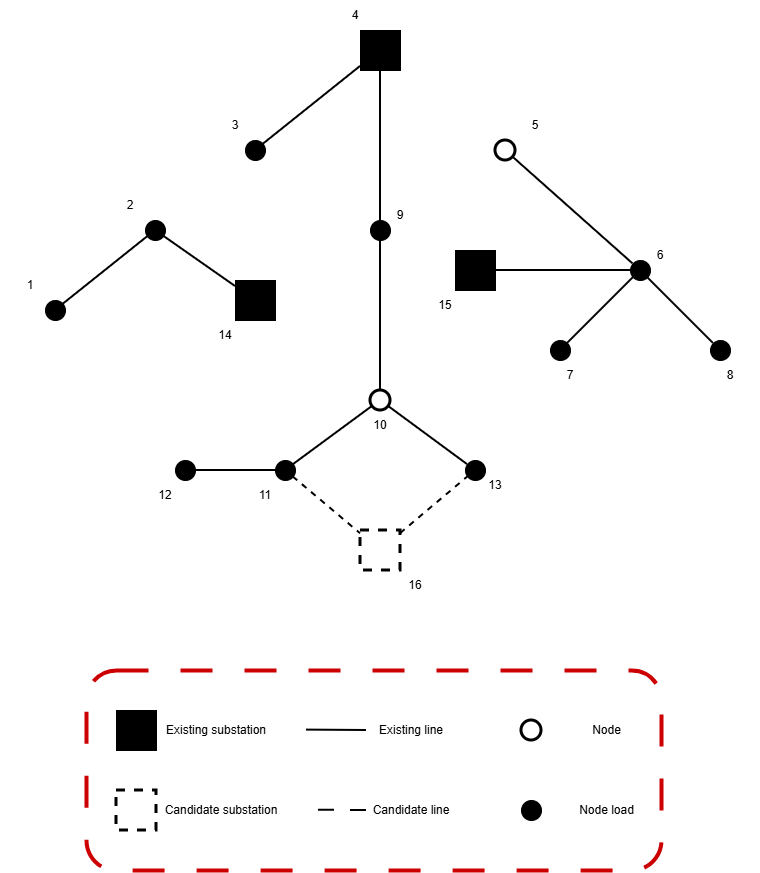
Before: figures/Model1_Final.png, a diagram exported from draw.io (hubertprz/46750-optimization-assignment-2). Source tidied: cells renumbered, new cells last; positions are measured from the earlier drawing's top-left corner, leaving out a move shared by most shapes. Source of this version:
```xml
<mxGraphModel>
  <root>
    <mxCell id="0" />
    <mxCell id="1" parent="0" />
    <mxCell id="2" style="rounded=1;whiteSpace=wrap;html=1;strokeColor=#CC0000;dashed=1;dashPattern=8 8;strokeWidth=4;fillColor=none;perimeterSpacing=0;" parent="1" vertex="1">
      <mxGeometry x="86" y="670" width="575" height="200" as="geometry" />
    </mxCell>
    <mxCell id="3" style="rounded=0;whiteSpace=wrap;html=1;fillColor=#000000;" parent="1" vertex="1">
      <mxGeometry x="360" y="30" width="40" height="40" as="geometry" />
    </mxCell>
    <mxCell id="4" style="ellipse;whiteSpace=wrap;html=1;fillColor=#000000;" parent="1" vertex="1">
      <mxGeometry x="245" y="140" width="20" height="20" as="geometry" />
    </mxCell>
    <mxCell id="5" style="ellipse;whiteSpace=wrap;html=1;fillColor=#000000;" parent="1" vertex="1">
      <mxGeometry x="45" y="300" width="20" height="20" as="geometry" />
    </mxCell>
    <mxCell id="6" style="ellipse;whiteSpace=wrap;html=1;fillColor=#000000;" parent="1" vertex="1">
      <mxGeometry x="145" y="220" width="20" height="20" as="geometry" />
    </mxCell>
    <mxCell id="7" style="ellipse;whiteSpace=wrap;html=1;fillColor=#000000;" parent="1" vertex="1">
      <mxGeometry x="370" y="220" width="20" height="20" as="geometry" />
    </mxCell>
    <mxCell id="8" style="ellipse;whiteSpace=wrap;html=1;fillColor=#000000;" parent="1" vertex="1">
      <mxGeometry x="275" y="460" width="20" height="20" as="geometry" />
    </mxCell>
    <mxCell id="9" style="ellipse;whiteSpace=wrap;html=1;fillColor=#000000;" parent="1" vertex="1">
      <mxGeometry x="175" y="460" width="20" height="20" as="geometry" />
    </mxCell>
    <mxCell id="10" style="ellipse;whiteSpace=wrap;html=1;fillColor=#000000;" parent="1" vertex="1">
      <mxGeometry x="465" y="460" width="20" height="20" as="geometry" />
    </mxCell>
    <mxCell id="11" style="ellipse;whiteSpace=wrap;html=1;fillColor=#000000;" parent="1" vertex="1">
      <mxGeometry x="630" y="260" width="20" height="20" as="geometry" />
    </mxCell>
    <mxCell id="12" style="ellipse;whiteSpace=wrap;html=1;fillColor=#000000;" parent="1" vertex="1">
      <mxGeometry x="710" y="340" width="20" height="20" as="geometry" />
    </mxCell>
    <mxCell id="13" style="ellipse;whiteSpace=wrap;html=1;fillColor=#000000;" parent="1" vertex="1">
      <mxGeometry x="550" y="340" width="20" height="20" as="geometry" />
    </mxCell>
    <mxCell id="14" style="rounded=0;whiteSpace=wrap;html=1;fillColor=#000000;strokeWidth=1;strokeColor=default;" parent="1" vertex="1">
      <mxGeometry x="455" y="250" width="40" height="40" as="geometry" />
    </mxCell>
    <mxCell id="15" style="rounded=0;whiteSpace=wrap;html=1;fillColor=#000000;strokeWidth=1;strokeColor=default;" parent="1" vertex="1">
      <mxGeometry x="235" y="280" width="40" height="40" as="geometry" />
    </mxCell>
    <mxCell id="16" style="rounded=0;whiteSpace=wrap;html=1;fillColor=none;strokeWidth=3;dashed=1;strokeColor=default;" parent="1" vertex="1">
      <mxGeometry x="360" y="530" width="40" height="40" as="geometry" />
    </mxCell>
    <mxCell id="17" style="endArrow=none;html=1;rounded=0;strokeWidth=2;" parent="1" edge="1" source="5" target="6">
      <mxGeometry relative="1" as="geometry" />
    </mxCell>
    <mxCell id="18" style="endArrow=none;html=1;rounded=0;strokeWidth=2;" parent="1" edge="1" source="4" target="3">
      <mxGeometry relative="1" as="geometry" />
    </mxCell>
    <mxCell id="19" style="endArrow=none;html=1;rounded=0;strokeWidth=2;" parent="1" edge="1" source="12" target="11">
      <mxGeometry relative="1" as="geometry" />
    </mxCell>
    <mxCell id="20" style="endArrow=none;html=1;rounded=0;strokeWidth=2;" parent="1" edge="1" source="7" target="3">
      <mxGeometry relative="1" as="geometry" />
    </mxCell>
    <mxCell id="21" style="endArrow=none;html=1;rounded=0;strokeWidth=2;" parent="1" edge="1" source="39" target="7">
      <mxGeometry relative="1" as="geometry" />
    </mxCell>
    <mxCell id="22" style="endArrow=none;html=1;rounded=0;strokeWidth=2;" parent="1" edge="1" source="9" target="8">
      <mxGeometry relative="1" as="geometry" />
    </mxCell>
    <mxCell id="23" style="endArrow=none;html=1;rounded=0;strokeWidth=2;" parent="1" edge="1" source="13" target="11">
      <mxGeometry relative="1" as="geometry" />
    </mxCell>
    <mxCell id="24" style="rounded=0;whiteSpace=wrap;html=1;fillColor=none;strokeWidth=3;dashed=1;" parent="1" vertex="1">
      <mxGeometry x="116" y="790" width="40" height="40" as="geometry" />
    </mxCell>
    <mxCell id="25" style="rounded=0;whiteSpace=wrap;html=1;fillColor=#000000;" parent="1" vertex="1">
      <mxGeometry x="116" y="710" width="40" height="40" as="geometry" />
    </mxCell>
    <mxCell id="26" style="ellipse;whiteSpace=wrap;html=1;fillColor=#000000;" parent="1" vertex="1">
      <mxGeometry x="521" y="800" width="20" height="20" as="geometry" />
    </mxCell>
    <mxCell id="27" style="endArrow=none;html=1;rounded=0;strokeWidth=2;" parent="1" edge="1">
      <mxGeometry relative="1" as="geometry">
        <mxPoint x="366" y="730" as="sourcePoint" />
        <mxPoint x="306" y="729.6" as="targetPoint" />
        <Array as="points">
          <mxPoint x="366" y="730" />
        </Array>
      </mxGeometry>
    </mxCell>
    <mxCell id="28" style="edgeStyle=orthogonalEdgeStyle;rounded=0;orthogonalLoop=1;jettySize=auto;html=1;exitX=0.5;exitY=1;exitDx=0;exitDy=0;" parent="1" edge="1" source="26" target="26">
      <mxGeometry relative="1" as="geometry" />
    </mxCell>
    <mxCell id="29" value="Existing substation" style="text;html=1;whiteSpace=wrap;strokeColor=none;fillColor=none;align=center;verticalAlign=middle;rounded=0;" parent="1" vertex="1">
      <mxGeometry x="156" y="715" width="120" height="30" as="geometry" />
    </mxCell>
    <mxCell id="30" value="Candidate substation" style="text;html=1;whiteSpace=wrap;strokeColor=none;fillColor=none;align=center;verticalAlign=middle;rounded=0;" parent="1" vertex="1">
      <mxGeometry x="156" y="795" width="130" height="30" as="geometry" />
    </mxCell>
    <mxCell id="31" value="Node load" style="text;html=1;whiteSpace=wrap;strokeColor=none;fillColor=none;align=center;verticalAlign=middle;rounded=0;" parent="1" vertex="1">
      <mxGeometry x="553.5" y="795" width="105" height="30" as="geometry" />
    </mxCell>
    <mxCell id="32" value="Existing line" style="text;html=1;whiteSpace=wrap;strokeColor=none;fillColor=none;align=center;verticalAlign=middle;rounded=0;" parent="1" vertex="1">
      <mxGeometry x="366" y="715" width="90" height="30" as="geometry" />
    </mxCell>
    <mxCell id="33" style="endArrow=none;html=1;rounded=0;strokeWidth=2;targetPerimeterSpacing=0;sourcePerimeterSpacing=0;" parent="1" edge="1" source="15" target="6">
      <mxGeometry relative="1" as="geometry" />
    </mxCell>
    <mxCell id="34" style="endArrow=none;html=1;rounded=0;strokeWidth=2;targetPerimeterSpacing=0;sourcePerimeterSpacing=0;dashed=1;" parent="1" edge="1" source="16" target="10">
      <mxGeometry relative="1" as="geometry" />
    </mxCell>
    <mxCell id="35" style="endArrow=none;html=1;rounded=0;strokeWidth=2;jumpStyle=none;targetPerimeterSpacing=0;dashed=1;" parent="1" edge="1" source="8" target="16">
      <mxGeometry relative="1" as="geometry" />
    </mxCell>
    <mxCell id="36" style="endArrow=none;html=1;rounded=0;strokeWidth=2;targetPerimeterSpacing=0;sourcePerimeterSpacing=0;" parent="1" edge="1" source="14" target="11">
      <mxGeometry relative="1" as="geometry" />
    </mxCell>
    <mxCell id="37" style="endArrow=none;html=1;rounded=0;strokeWidth=2;" parent="1" edge="1" source="4">
      <mxGeometry relative="1" as="geometry">
        <mxPoint x="255" y="150" as="targetPoint" />
      </mxGeometry>
    </mxCell>
    <mxCell id="38" style="ellipse;whiteSpace=wrap;html=1;fillColor=none;gradientColor=none;strokeColor=default;strokeWidth=3;" parent="1" vertex="1">
      <mxGeometry x="495" y="140" width="20" height="20" as="geometry" />
    </mxCell>
    <mxCell id="39" style="ellipse;whiteSpace=wrap;html=1;fillColor=none;strokeColor=#000000;strokeWidth=3;" parent="1" vertex="1">
      <mxGeometry x="370" y="390" width="20" height="20" as="geometry" />
    </mxCell>
    <mxCell id="40" style="endArrow=none;html=1;rounded=0;strokeWidth=2;" parent="1" edge="1" source="11" target="38">
      <mxGeometry relative="1" as="geometry" />
    </mxCell>
    <mxCell id="41" style="endArrow=none;html=1;rounded=0;strokeWidth=2;" parent="1" edge="1" source="8" target="39">
      <mxGeometry relative="1" as="geometry" />
    </mxCell>
    <mxCell id="42" style="endArrow=none;html=1;rounded=0;strokeWidth=2;" parent="1" edge="1" source="10" target="39">
      <mxGeometry relative="1" as="geometry" />
    </mxCell>
    <mxCell id="43" value="1" style="text;html=1;whiteSpace=wrap;strokeColor=none;fillColor=none;align=center;verticalAlign=middle;rounded=0;" parent="1" vertex="1">
      <mxGeometry y="270" width="60" height="30" as="geometry" />
    </mxCell>
    <mxCell id="44" value="2" style="text;html=1;whiteSpace=wrap;strokeColor=none;fillColor=none;align=center;verticalAlign=middle;rounded=0;" parent="1" vertex="1">
      <mxGeometry x="100" y="190" width="60" height="30" as="geometry" />
    </mxCell>
    <mxCell id="45" value="3" style="text;html=1;whiteSpace=wrap;strokeColor=none;fillColor=none;align=center;verticalAlign=middle;rounded=0;" parent="1" vertex="1">
      <mxGeometry x="205" y="110" width="60" height="30" as="geometry" />
    </mxCell>
    <mxCell id="46" value="4" style="text;html=1;whiteSpace=wrap;strokeColor=none;fillColor=none;align=center;verticalAlign=middle;rounded=0;" parent="1" vertex="1">
      <mxGeometry x="325" width="60" height="30" as="geometry" />
    </mxCell>
    <mxCell id="47" value="5" style="text;html=1;whiteSpace=wrap;strokeColor=none;fillColor=none;align=center;verticalAlign=middle;rounded=0;" parent="1" vertex="1">
      <mxGeometry x="505" y="110" width="60" height="30" as="geometry" />
    </mxCell>
    <mxCell id="48" value="6" style="text;html=1;whiteSpace=wrap;strokeColor=none;fillColor=none;align=center;verticalAlign=middle;rounded=0;" parent="1" vertex="1">
      <mxGeometry x="630" y="240" width="60" height="30" as="geometry" />
    </mxCell>
    <mxCell id="49" value="7" style="text;html=1;whiteSpace=wrap;strokeColor=none;fillColor=none;align=center;verticalAlign=middle;rounded=0;" parent="1" vertex="1">
      <mxGeometry x="540" y="360" width="60" height="30" as="geometry" />
    </mxCell>
    <mxCell id="50" value="8" style="text;html=1;whiteSpace=wrap;strokeColor=none;fillColor=none;align=center;verticalAlign=middle;rounded=0;" parent="1" vertex="1">
      <mxGeometry x="700" y="360" width="60" height="30" as="geometry" />
    </mxCell>
    <mxCell id="51" value="9" style="text;html=1;whiteSpace=wrap;strokeColor=none;fillColor=none;align=center;verticalAlign=middle;rounded=0;" parent="1" vertex="1">
      <mxGeometry x="370" y="200" width="60" height="30" as="geometry" />
    </mxCell>
    <mxCell id="52" value="10" style="text;html=1;whiteSpace=wrap;strokeColor=none;fillColor=none;align=center;verticalAlign=middle;rounded=0;" parent="1" vertex="1">
      <mxGeometry x="350" y="410" width="60" height="30" as="geometry" />
    </mxCell>
    <mxCell id="53" value="11" style="text;html=1;whiteSpace=wrap;strokeColor=none;fillColor=none;align=center;verticalAlign=middle;rounded=0;" parent="1" vertex="1">
      <mxGeometry x="235" y="480" width="60" height="30" as="geometry" />
    </mxCell>
    <mxCell id="54" value="12" style="text;html=1;whiteSpace=wrap;strokeColor=none;fillColor=none;align=center;verticalAlign=middle;rounded=0;" parent="1" vertex="1">
      <mxGeometry x="135" y="480" width="60" height="30" as="geometry" />
    </mxCell>
    <mxCell id="55" value="13" style="text;html=1;whiteSpace=wrap;strokeColor=none;fillColor=none;align=center;verticalAlign=middle;rounded=0;" parent="1" vertex="1">
      <mxGeometry x="465" y="470" width="60" height="30" as="geometry" />
    </mxCell>
    <mxCell id="56" value="14" style="text;html=1;whiteSpace=wrap;strokeColor=none;fillColor=none;align=center;verticalAlign=middle;rounded=0;" parent="1" vertex="1">
      <mxGeometry x="195" y="320" width="60" height="30" as="geometry" />
    </mxCell>
    <mxCell id="57" value="15" style="text;html=1;whiteSpace=wrap;strokeColor=none;fillColor=none;align=center;verticalAlign=middle;rounded=0;" parent="1" vertex="1">
      <mxGeometry x="415" y="290" width="60" height="30" as="geometry" />
    </mxCell>
    <mxCell id="58" value="16" style="text;html=1;whiteSpace=wrap;strokeColor=none;fillColor=none;align=center;verticalAlign=middle;rounded=0;" parent="1" vertex="1">
      <mxGeometry x="385" y="570" width="60" height="30" as="geometry" />
    </mxCell>
    <mxCell id="59" style="endArrow=none;html=1;rounded=0;strokeWidth=2;dashed=1;dashPattern=8 8;" parent="1" edge="1">
      <mxGeometry relative="1" as="geometry">
        <mxPoint x="366" y="810" as="sourcePoint" />
        <mxPoint x="306" y="809.6" as="targetPoint" />
        <Array as="points">
          <mxPoint x="366" y="810" />
        </Array>
      </mxGeometry>
    </mxCell>
    <mxCell id="60" value="Candidate line" style="text;html=1;whiteSpace=wrap;strokeColor=none;fillColor=none;align=center;verticalAlign=middle;rounded=0;" parent="1" vertex="1">
      <mxGeometry x="366" y="795" width="90" height="30" as="geometry" />
    </mxCell>
    <mxCell id="61" style="ellipse;whiteSpace=wrap;html=1;fillColor=none;strokeWidth=3;" parent="1" vertex="1">
      <mxGeometry x="521" y="720" width="20" height="20" as="geometry" />
    </mxCell>
    <mxCell id="62" value="Node" style="text;html=1;whiteSpace=wrap;strokeColor=none;fillColor=none;align=center;verticalAlign=middle;rounded=0;" parent="1" vertex="1">
      <mxGeometry x="553.5" y="715" width="105" height="30" as="geometry" />
    </mxCell>
  </root>
</mxGraphModel>
```
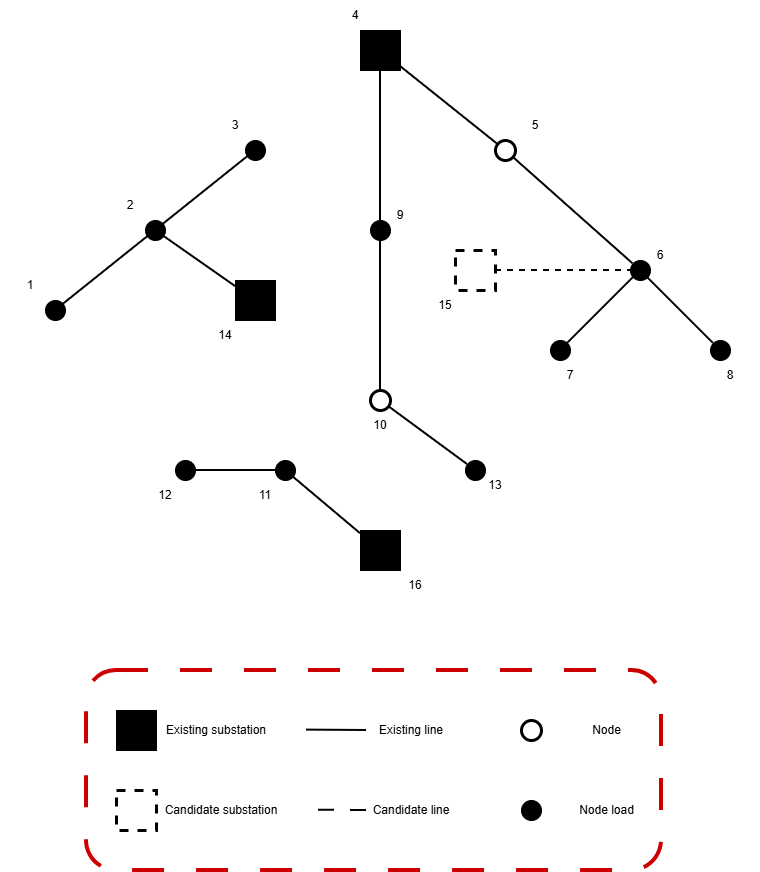
After the change.

Change to the diagram source:
```diff
@@ -38,21 +38,21 @@
     <mxCell id="13" style="ellipse;whiteSpace=wrap;html=1;fillColor=#000000;" parent="1" vertex="1">
       <mxGeometry x="550" y="340" width="20" height="20" as="geometry" />
     </mxCell>
-    <mxCell id="14" style="rounded=0;whiteSpace=wrap;html=1;fillColor=#000000;strokeWidth=1;strokeColor=default;" parent="1" vertex="1">
+    <mxCell id="14" style="rounded=0;whiteSpace=wrap;html=1;fillColor=none;strokeWidth=3;strokeColor=default;dashed=1;" parent="1" vertex="1">
       <mxGeometry x="455" y="250" width="40" height="40" as="geometry" />
     </mxCell>
     <mxCell id="15" style="rounded=0;whiteSpace=wrap;html=1;fillColor=#000000;strokeWidth=1;strokeColor=default;" parent="1" vertex="1">
       <mxGeometry x="235" y="280" width="40" height="40" as="geometry" />
     </mxCell>
-    <mxCell id="16" style="rounded=0;whiteSpace=wrap;html=1;fillColor=none;strokeWidth=3;dashed=1;strokeColor=default;" parent="1" vertex="1">
+    <mxCell id="16" style="rounded=0;whiteSpace=wrap;html=1;fillColor=#000000;strokeWidth=1;strokeColor=default;" parent="1" vertex="1">
       <mxGeometry x="360" y="530" width="40" height="40" as="geometry" />
     </mxCell>
     <mxCell id="17" style="endArrow=none;html=1;rounded=0;strokeWidth=2;" parent="1" edge="1" source="5" target="6">
       <mxGeometry relative="1" as="geometry" />
     </mxCell>
-    <mxCell id="18" style="endArrow=none;html=1;rounded=0;strokeWidth=2;" parent="1" edge="1" source="4" target="3">
-      <mxGeometry relative="1" as="geometry" />
-    </mxCell>
+    <mxCell id="63" style="endArrow=none;html=1;rounded=0;strokeWidth=2;" parent="1" edge="1" source="38" target="3">
+      <mxGeometry relative="1" as="geometry" />
+    </mxCell>
     <mxCell id="19" style="endArrow=none;html=1;rounded=0;strokeWidth=2;" parent="1" edge="1" source="12" target="11">
       <mxGeometry relative="1" as="geometry" />
     </mxCell>
@@ -104,13 +104,10 @@
     <mxCell id="33" style="endArrow=none;html=1;rounded=0;strokeWidth=2;targetPerimeterSpacing=0;sourcePerimeterSpacing=0;" parent="1" edge="1" source="15" target="6">
       <mxGeometry relative="1" as="geometry" />
     </mxCell>
-    <mxCell id="34" style="endArrow=none;html=1;rounded=0;strokeWidth=2;targetPerimeterSpacing=0;sourcePerimeterSpacing=0;dashed=1;" parent="1" edge="1" source="16" target="10">
-      <mxGeometry relative="1" as="geometry" />
-    </mxCell>
-    <mxCell id="35" style="endArrow=none;html=1;rounded=0;strokeWidth=2;jumpStyle=none;targetPerimeterSpacing=0;dashed=1;" parent="1" edge="1" source="8" target="16">
+    <mxCell id="35" style="endArrow=none;html=1;rounded=0;strokeWidth=2;jumpStyle=none;targetPerimeterSpacing=0;" parent="1" edge="1" source="8" target="16">
       <mxGeometry relative="1" as="geometry" />
     </mxCell>
-    <mxCell id="36" style="endArrow=none;html=1;rounded=0;strokeWidth=2;targetPerimeterSpacing=0;sourcePerimeterSpacing=0;" parent="1" edge="1" source="14" target="11">
+    <mxCell id="36" style="endArrow=none;html=1;rounded=0;strokeWidth=2;targetPerimeterSpacing=0;sourcePerimeterSpacing=0;dashed=1;" parent="1" edge="1" source="14" target="11">
       <mxGeometry relative="1" as="geometry" />
     </mxCell>
     <mxCell id="37" style="endArrow=none;html=1;rounded=0;strokeWidth=2;" parent="1" edge="1" source="4">
@@ -124,12 +121,12 @@
     <mxCell id="39" style="ellipse;whiteSpace=wrap;html=1;fillColor=none;strokeColor=#000000;strokeWidth=3;" parent="1" vertex="1">
       <mxGeometry x="370" y="390" width="20" height="20" as="geometry" />
     </mxCell>
+    <mxCell id="64" style="endArrow=none;html=1;rounded=0;strokeWidth=2;" parent="1" edge="1" source="6" target="4">
+      <mxGeometry relative="1" as="geometry" />
+    </mxCell>
     <mxCell id="40" style="endArrow=none;html=1;rounded=0;strokeWidth=2;" parent="1" edge="1" source="11" target="38">
       <mxGeometry relative="1" as="geometry" />
     </mxCell>
-    <mxCell id="41" style="endArrow=none;html=1;rounded=0;strokeWidth=2;" parent="1" edge="1" source="8" target="39">
-      <mxGeometry relative="1" as="geometry" />
-    </mxCell>
     <mxCell id="42" style="endArrow=none;html=1;rounded=0;strokeWidth=2;" parent="1" edge="1" source="10" target="39">
       <mxGeometry relative="1" as="geometry" />
     </mxCell>
```
